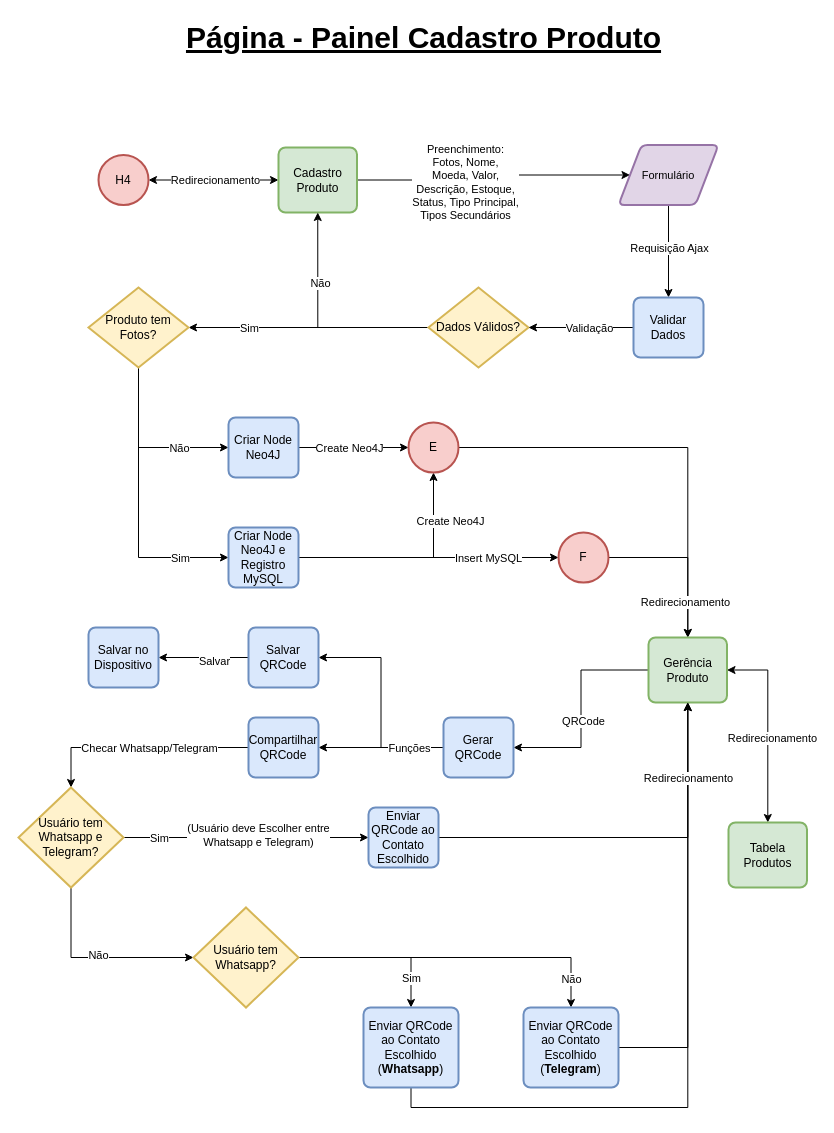
CSFelix/UML keeps this draw.io diagram as page "Flow - Cadastro Produto" (14 of 15) of TCC/Flow.drawio. Above is the earlier version. Source tidied: cells renumbered, new cells numbered last; positions are measured from the earlier drawing's top-left corner, leaving out a move shared by most shapes. Both pictures are drawn from the tidied source at 100%, with x=0, y=0 at pixel (18, 17).
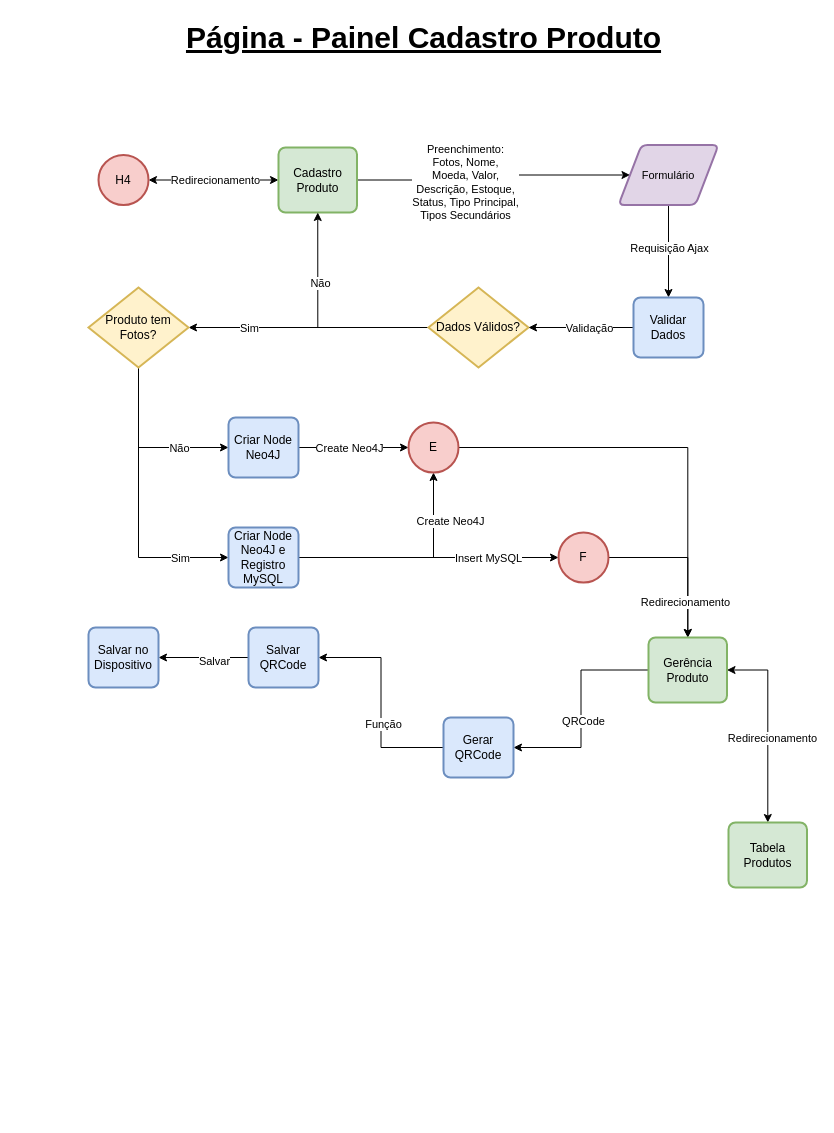
The same page after the edit.

Unchanged cells that the change refers to:
```xml
<mxCell id="42" value="Gerência Produto" style="rounded=1;whiteSpace=wrap;html=1;absoluteArcSize=1;arcSize=14;strokeWidth=2;fillColor=#d5e8d4;strokeColor=#82b366;" parent="1" vertex="1">
  <mxGeometry x="630" y="620" width="78.5" height="65" as="geometry" />
</mxCell>
<mxCell id="43" style="edgeStyle=orthogonalEdgeStyle;rounded=0;jettySize=auto;html=1;entryX=1;entryY=0.5;entryDx=0;entryDy=0;startArrow=none;startFill=0;endArrow=classic;endFill=1;" parent="1" edge="1" source="46" target="52">
  <mxGeometry relative="1" as="geometry" />
</mxCell>
<mxCell id="46" value="Gerar QRCode" style="rounded=1;whiteSpace=wrap;html=1;absoluteArcSize=1;arcSize=14;strokeWidth=2;fillColor=#dae8fc;strokeColor=#6c8ebf;" parent="1" vertex="1">
  <mxGeometry x="425" y="700" width="70" height="60" as="geometry" />
</mxCell>
```

The edit, as a diff of the source:
```diff
@@
-    <mxCell id="44" style="edgeStyle=orthogonalEdgeStyle;rounded=0;jettySize=auto;html=1;startArrow=none;startFill=0;endArrow=classic;endFill=1;" parent="1" edge="1" source="46" target="49">
-      <mxGeometry relative="1" as="geometry" />
-    </mxCell>
-    <mxCell id="45" value="Funções" style="edgeLabel;html=1;align=center;verticalAlign=middle;" parent="44" vertex="1">
-      <mxGeometry x="-0.31" y="-2" relative="1" as="geometry">
-        <mxPoint x="8" y="2" as="offset" />
-      </mxGeometry>
-    </mxCell>
+    <mxCell id="73" value="Função" style="edgeLabel;html=1;align=center;verticalAlign=middle;" parent="43" vertex="1">
+      <mxGeometry x="-0.2" y="-1" relative="1" as="geometry">
+        <mxPoint x="1" as="offset" />
+      </mxGeometry>
+    </mxCell>
@@
-    <mxCell id="47" style="edgeStyle=orthogonalEdgeStyle;rounded=0;jettySize=auto;html=1;startArrow=none;startFill=0;endArrow=classic;endFill=1;" parent="1" edge="1" source="49" target="59">
-      <mxGeometry relative="1" as="geometry" />
-    </mxCell>
-    <mxCell id="48" value="Checar Whatsapp/Telegram" style="edgeLabel;html=1;align=center;verticalAlign=middle;" parent="47" vertex="1">
-      <mxGeometry x="0.22" y="4" relative="1" as="geometry">
-        <mxPoint x="33" y="-4" as="offset" />
-      </mxGeometry>
-    </mxCell>
-    <mxCell id="49" value="Compartilhar QRCode" style="rounded=1;whiteSpace=wrap;html=1;absoluteArcSize=1;arcSize=14;strokeWidth=2;fillColor=#dae8fc;strokeColor=#6c8ebf;" parent="1" vertex="1">
-      <mxGeometry x="230" y="700" width="70" height="60" as="geometry" />
-    </mxCell>
@@
-    <mxCell id="54" style="edgeStyle=orthogonalEdgeStyle;rounded=0;jettySize=auto;html=1;startArrow=none;startFill=0;endArrow=classic;endFill=1;" parent="1" edge="1" source="59" target="61">
-      <mxGeometry relative="1" as="geometry" />
-    </mxCell>
-    <mxCell id="55" value="Sim" style="edgeLabel;html=1;align=center;verticalAlign=middle;" parent="54" vertex="1">
-      <mxGeometry x="-0.85" relative="1" as="geometry">
-        <mxPoint x="17" as="offset" />
-      </mxGeometry>
-    </mxCell>
-    <mxCell id="56" value="(Usuário deve Escolher entre&lt;br&gt;Whatsapp e Telegram)" style="edgeLabel;html=1;align=center;verticalAlign=middle;" parent="54" vertex="1">
-      <mxGeometry x="0.09" y="3" relative="1" as="geometry" />
-    </mxCell>
-    <mxCell id="57" style="edgeStyle=orthogonalEdgeStyle;rounded=0;jettySize=auto;html=1;entryX=0;entryY=0.5;entryDx=0;entryDy=0;entryPerimeter=0;startArrow=none;startFill=0;endArrow=classic;endFill=1;exitX=0.5;exitY=1;exitDx=0;exitDy=0;exitPerimeter=0;" parent="1" edge="1" source="59" target="66">
-      <mxGeometry relative="1" as="geometry" />
-    </mxCell>
-    <mxCell id="58" value="Não" style="edgeLabel;html=1;align=center;verticalAlign=middle;" parent="57" vertex="1">
-      <mxGeometry x="0.01" y="3" relative="1" as="geometry" />
-    </mxCell>
-    <mxCell id="59" value="Usuário tem Whatsapp e Telegram?" style="strokeWidth=2;html=1;shape=mxgraph.flowchart.decision;whiteSpace=wrap;fillColor=#fff2cc;strokeColor=#d6b656;" parent="1" vertex="1">
-      <mxGeometry y="770" width="105" height="100" as="geometry" />
-    </mxCell>
-    <mxCell id="60" style="edgeStyle=orthogonalEdgeStyle;rounded=0;jettySize=auto;html=1;entryX=0.5;entryY=1;entryDx=0;entryDy=0;startArrow=none;startFill=0;endArrow=classic;endFill=1;" parent="1" edge="1" source="61" target="42">
-      <mxGeometry relative="1" as="geometry" />
-    </mxCell>
-    <mxCell id="61" value="Enviar QRCode ao Contato Escolhido" style="rounded=1;whiteSpace=wrap;html=1;absoluteArcSize=1;arcSize=14;strokeWidth=2;fillColor=#dae8fc;strokeColor=#6c8ebf;" parent="1" vertex="1">
-      <mxGeometry x="350" y="790" width="70" height="60" as="geometry" />
-    </mxCell>
-    <mxCell id="62" style="edgeStyle=orthogonalEdgeStyle;rounded=0;jettySize=auto;html=1;entryX=0.5;entryY=0;entryDx=0;entryDy=0;startArrow=none;startFill=0;endArrow=classic;endFill=1;" parent="1" edge="1" source="66" target="68">
-      <mxGeometry relative="1" as="geometry" />
-    </mxCell>
-    <mxCell id="63" value="Sim" style="edgeLabel;html=1;align=center;verticalAlign=middle;" parent="62" vertex="1">
-      <mxGeometry x="0.53" y="2" relative="1" as="geometry">
-        <mxPoint x="-2" y="8.5" as="offset" />
-      </mxGeometry>
-    </mxCell>
-    <mxCell id="64" style="edgeStyle=orthogonalEdgeStyle;rounded=0;jettySize=auto;html=1;entryX=0.5;entryY=0;entryDx=0;entryDy=0;startArrow=none;startFill=0;endArrow=classic;endFill=1;" parent="1" edge="1" source="66" target="71">
-      <mxGeometry relative="1" as="geometry" />
-    </mxCell>
-    <mxCell id="65" value="Não" style="edgeLabel;html=1;align=center;verticalAlign=middle;" parent="64" vertex="1">
-      <mxGeometry x="0.76" y="1" relative="1" as="geometry">
-        <mxPoint x="-1" y="9.5" as="offset" />
-      </mxGeometry>
-    </mxCell>
-    <mxCell id="66" value="Usuário tem Whatsapp?" style="strokeWidth=2;html=1;shape=mxgraph.flowchart.decision;whiteSpace=wrap;fillColor=#fff2cc;strokeColor=#d6b656;" parent="1" vertex="1">
-      <mxGeometry x="175" y="890" width="105" height="100" as="geometry" />
-    </mxCell>
-    <mxCell id="67" style="edgeStyle=orthogonalEdgeStyle;rounded=0;jettySize=auto;html=1;startArrow=none;startFill=0;endArrow=classic;endFill=1;exitX=0.5;exitY=1;exitDx=0;exitDy=0;" parent="1" edge="1" source="68" target="42">
-      <mxGeometry relative="1" as="geometry" />
-    </mxCell>
-    <mxCell id="68" value="Enviar QRCode ao Contato Escolhido&lt;br&gt;(&lt;b&gt;Whatsapp&lt;/b&gt;)" style="rounded=1;whiteSpace=wrap;html=1;absoluteArcSize=1;arcSize=14;strokeWidth=2;fillColor=#dae8fc;strokeColor=#6c8ebf;" parent="1" vertex="1">
-      <mxGeometry x="345" y="990" width="95" height="80" as="geometry" />
-    </mxCell>
-    <mxCell id="69" style="edgeStyle=orthogonalEdgeStyle;rounded=0;jettySize=auto;html=1;startArrow=none;startFill=0;endArrow=classic;endFill=1;" parent="1" edge="1" source="71" target="42">
-      <mxGeometry relative="1" as="geometry" />
-    </mxCell>
-    <mxCell id="70" value="Redirecionamento" style="edgeLabel;html=1;align=center;verticalAlign=middle;" parent="69" vertex="1">
-      <mxGeometry x="0.04" y="1" relative="1" as="geometry">
-        <mxPoint x="0.9" y="-124.3" as="offset" />
-      </mxGeometry>
-    </mxCell>
-    <mxCell id="71" value="Enviar QRCode ao Contato Escolhido&lt;br&gt;(&lt;b&gt;Telegram&lt;/b&gt;)" style="rounded=1;whiteSpace=wrap;html=1;absoluteArcSize=1;arcSize=14;strokeWidth=2;fillColor=#dae8fc;strokeColor=#6c8ebf;" parent="1" vertex="1">
-      <mxGeometry x="505" y="990" width="95" height="80" as="geometry" />
-    </mxCell>
```
